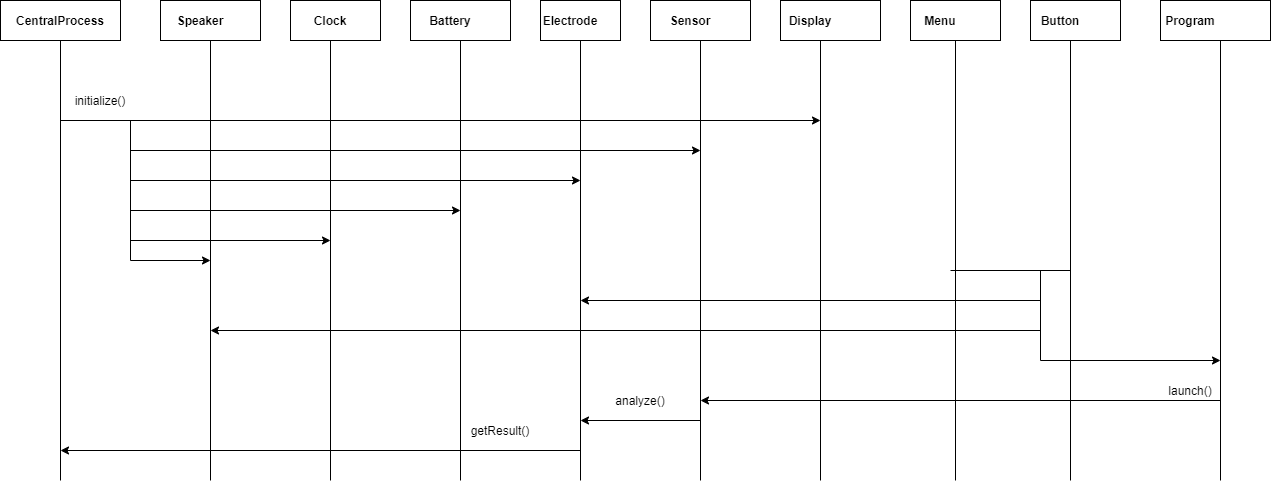
Before: Documentation/UC1-SEQUENCE.png, a diagram exported from draw.io (VokusX/COMP3004). Source tidied: cells renumbered, new cells last; positions are measured from the earlier drawing's top-left corner, leaving out a move shared by most shapes. Source of this version:
```xml
<mxGraphModel>
  <root>
    <mxCell id="0" />
    <mxCell id="1" parent="0" />
    <mxCell id="2" style="rounded=0;whiteSpace=wrap;html=1;" parent="1" vertex="1">
      <mxGeometry width="120" height="40" as="geometry" />
    </mxCell>
    <mxCell id="3" value="&lt;b&gt;CentralProcess&lt;/b&gt;" style="text;html=1;strokeColor=none;fillColor=none;align=center;verticalAlign=middle;whiteSpace=wrap;rounded=0;" parent="1" vertex="1">
      <mxGeometry x="40" y="10" width="40" height="20" as="geometry" />
    </mxCell>
    <mxCell id="4" style="rounded=0;whiteSpace=wrap;html=1;" parent="1" vertex="1">
      <mxGeometry x="160" width="100" height="40" as="geometry" />
    </mxCell>
    <mxCell id="5" value="&lt;b&gt;Speaker&lt;/b&gt;" style="text;html=1;strokeColor=none;fillColor=none;align=center;verticalAlign=middle;whiteSpace=wrap;rounded=0;" parent="1" vertex="1">
      <mxGeometry x="180" y="10" width="40" height="20" as="geometry" />
    </mxCell>
    <mxCell id="6" style="rounded=0;whiteSpace=wrap;html=1;" parent="1" vertex="1">
      <mxGeometry x="290" width="90" height="40" as="geometry" />
    </mxCell>
    <mxCell id="7" value="&lt;b&gt;Clock&lt;/b&gt;" style="text;html=1;strokeColor=none;fillColor=none;align=center;verticalAlign=middle;whiteSpace=wrap;rounded=0;" parent="1" vertex="1">
      <mxGeometry x="310" y="10" width="40" height="20" as="geometry" />
    </mxCell>
    <mxCell id="8" style="rounded=0;whiteSpace=wrap;html=1;" parent="1" vertex="1">
      <mxGeometry x="410" width="100" height="40" as="geometry" />
    </mxCell>
    <mxCell id="9" value="&lt;b&gt;Battery&lt;/b&gt;" style="text;html=1;strokeColor=none;fillColor=none;align=center;verticalAlign=middle;whiteSpace=wrap;rounded=0;" parent="1" vertex="1">
      <mxGeometry x="430" y="10" width="40" height="20" as="geometry" />
    </mxCell>
    <mxCell id="10" style="rounded=0;whiteSpace=wrap;html=1;" parent="1" vertex="1">
      <mxGeometry x="540" width="80" height="40" as="geometry" />
    </mxCell>
    <mxCell id="11" value="&lt;b&gt;Electrode&lt;/b&gt;" style="text;html=1;strokeColor=none;fillColor=none;align=center;verticalAlign=middle;whiteSpace=wrap;rounded=0;" parent="1" vertex="1">
      <mxGeometry x="550" y="10" width="40" height="20" as="geometry" />
    </mxCell>
    <mxCell id="12" style="rounded=0;whiteSpace=wrap;html=1;" parent="1" vertex="1">
      <mxGeometry x="650" width="100" height="40" as="geometry" />
    </mxCell>
    <mxCell id="13" value="&lt;b&gt;Sensor&lt;/b&gt;" style="text;html=1;strokeColor=none;fillColor=none;align=center;verticalAlign=middle;whiteSpace=wrap;rounded=0;" parent="1" vertex="1">
      <mxGeometry x="670" y="10" width="40" height="20" as="geometry" />
    </mxCell>
    <mxCell id="14" style="rounded=0;whiteSpace=wrap;html=1;" parent="1" vertex="1">
      <mxGeometry x="780" width="100" height="40" as="geometry" />
    </mxCell>
    <mxCell id="15" value="&lt;b&gt;Display&lt;/b&gt;" style="text;html=1;strokeColor=none;fillColor=none;align=center;verticalAlign=middle;whiteSpace=wrap;rounded=0;" parent="1" vertex="1">
      <mxGeometry x="790" y="10" width="40" height="20" as="geometry" />
    </mxCell>
    <mxCell id="16" style="rounded=0;whiteSpace=wrap;html=1;" parent="1" vertex="1">
      <mxGeometry x="910" width="90" height="40" as="geometry" />
    </mxCell>
    <mxCell id="17" value="&lt;b&gt;Menu&lt;/b&gt;" style="text;html=1;strokeColor=none;fillColor=none;align=center;verticalAlign=middle;whiteSpace=wrap;rounded=0;" parent="1" vertex="1">
      <mxGeometry x="920" y="10" width="40" height="20" as="geometry" />
    </mxCell>
    <mxCell id="18" style="rounded=0;whiteSpace=wrap;html=1;" parent="1" vertex="1">
      <mxGeometry x="1030" width="90" height="40" as="geometry" />
    </mxCell>
    <mxCell id="19" value="&lt;b&gt;Button&lt;/b&gt;" style="text;html=1;strokeColor=none;fillColor=none;align=center;verticalAlign=middle;whiteSpace=wrap;rounded=0;" parent="1" vertex="1">
      <mxGeometry x="1040" y="10" width="40" height="20" as="geometry" />
    </mxCell>
    <mxCell id="20" style="endArrow=none;html=1;" parent="1" edge="1">
      <mxGeometry relative="1" as="geometry">
        <mxPoint x="60" y="480" as="sourcePoint" />
        <mxPoint x="60" y="40" as="targetPoint" />
      </mxGeometry>
    </mxCell>
    <mxCell id="21" style="endArrow=none;html=1;" parent="1" edge="1">
      <mxGeometry relative="1" as="geometry">
        <mxPoint x="210" y="480" as="sourcePoint" />
        <mxPoint x="210" y="40" as="targetPoint" />
      </mxGeometry>
    </mxCell>
    <mxCell id="22" style="endArrow=none;html=1;" parent="1" edge="1">
      <mxGeometry relative="1" as="geometry">
        <mxPoint x="330" y="480" as="sourcePoint" />
        <mxPoint x="330" y="40" as="targetPoint" />
      </mxGeometry>
    </mxCell>
    <mxCell id="23" style="endArrow=none;html=1;" parent="1" edge="1">
      <mxGeometry relative="1" as="geometry">
        <mxPoint x="460" y="480" as="sourcePoint" />
        <mxPoint x="460" y="40" as="targetPoint" />
      </mxGeometry>
    </mxCell>
    <mxCell id="24" style="endArrow=none;html=1;" parent="1" edge="1">
      <mxGeometry relative="1" as="geometry">
        <mxPoint x="580" y="480" as="sourcePoint" />
        <mxPoint x="580" y="40" as="targetPoint" />
      </mxGeometry>
    </mxCell>
    <mxCell id="25" style="endArrow=none;html=1;" parent="1" edge="1">
      <mxGeometry relative="1" as="geometry">
        <mxPoint x="700" y="480" as="sourcePoint" />
        <mxPoint x="700" y="40" as="targetPoint" />
      </mxGeometry>
    </mxCell>
    <mxCell id="26" style="endArrow=none;html=1;" parent="1" edge="1">
      <mxGeometry relative="1" as="geometry">
        <mxPoint x="820" y="480" as="sourcePoint" />
        <mxPoint x="820" y="40" as="targetPoint" />
      </mxGeometry>
    </mxCell>
    <mxCell id="27" style="endArrow=none;html=1;entryX=0.5;entryY=1;entryDx=0;entryDy=0;" parent="1" edge="1" target="16">
      <mxGeometry relative="1" as="geometry">
        <mxPoint x="955" y="480" as="sourcePoint" />
      </mxGeometry>
    </mxCell>
    <mxCell id="28" style="endArrow=none;html=1;" parent="1" edge="1">
      <mxGeometry relative="1" as="geometry">
        <mxPoint x="1070" y="480" as="sourcePoint" />
        <mxPoint x="1070" y="40" as="targetPoint" />
      </mxGeometry>
    </mxCell>
    <mxCell id="29" style="endArrow=classic;html=1;" parent="1" edge="1">
      <mxGeometry relative="1" as="geometry">
        <mxPoint x="60" y="120" as="sourcePoint" />
        <mxPoint x="820" y="120" as="targetPoint" />
      </mxGeometry>
    </mxCell>
    <mxCell id="30" style="endArrow=none;html=1;" parent="1" edge="1">
      <mxGeometry relative="1" as="geometry">
        <mxPoint x="130" y="260" as="sourcePoint" />
        <mxPoint x="130" y="120" as="targetPoint" />
      </mxGeometry>
    </mxCell>
    <mxCell id="31" style="rounded=0;whiteSpace=wrap;html=1;" parent="1" vertex="1">
      <mxGeometry x="1160" width="110" height="40" as="geometry" />
    </mxCell>
    <mxCell id="32" value="&lt;b&gt;Program&lt;/b&gt;" style="text;html=1;strokeColor=none;fillColor=none;align=center;verticalAlign=middle;whiteSpace=wrap;rounded=0;" parent="1" vertex="1">
      <mxGeometry x="1170" y="10" width="40" height="20" as="geometry" />
    </mxCell>
    <mxCell id="33" style="endArrow=classic;html=1;" parent="1" edge="1">
      <mxGeometry relative="1" as="geometry">
        <mxPoint x="130" y="150" as="sourcePoint" />
        <mxPoint x="700" y="150" as="targetPoint" />
      </mxGeometry>
    </mxCell>
    <mxCell id="34" style="endArrow=classic;html=1;" parent="1" edge="1">
      <mxGeometry relative="1" as="geometry">
        <mxPoint x="130" y="180" as="sourcePoint" />
        <mxPoint x="580" y="180" as="targetPoint" />
      </mxGeometry>
    </mxCell>
    <mxCell id="35" style="endArrow=classic;html=1;" parent="1" edge="1">
      <mxGeometry relative="1" as="geometry">
        <mxPoint x="130" y="210" as="sourcePoint" />
        <mxPoint x="460" y="210" as="targetPoint" />
      </mxGeometry>
    </mxCell>
    <mxCell id="36" style="endArrow=classic;html=1;" parent="1" edge="1">
      <mxGeometry relative="1" as="geometry">
        <mxPoint x="130" y="260" as="sourcePoint" />
        <mxPoint x="210" y="260" as="targetPoint" />
      </mxGeometry>
    </mxCell>
    <mxCell id="37" value="initialize()" style="text;html=1;strokeColor=none;fillColor=none;align=center;verticalAlign=middle;whiteSpace=wrap;rounded=0;" parent="1" vertex="1">
      <mxGeometry x="80" y="90" width="40" height="20" as="geometry" />
    </mxCell>
    <mxCell id="38" style="endArrow=classic;html=1;" parent="1" edge="1">
      <mxGeometry relative="1" as="geometry">
        <mxPoint x="130" y="240" as="sourcePoint" />
        <mxPoint x="330" y="240" as="targetPoint" />
      </mxGeometry>
    </mxCell>
    <mxCell id="39" style="endArrow=none;html=1;" parent="1" edge="1">
      <mxGeometry relative="1" as="geometry">
        <mxPoint x="1220" y="480" as="sourcePoint" />
        <mxPoint x="1220" y="40" as="targetPoint" />
      </mxGeometry>
    </mxCell>
    <mxCell id="40" style="endArrow=none;html=1;fontFamily=Helvetica;fontSize=11;fontColor=#000000;align=center;strokeColor=#000000;" parent="1" edge="1">
      <mxGeometry relative="1" as="geometry">
        <mxPoint x="1070" y="270" as="sourcePoint" />
        <mxPoint x="950" y="270" as="targetPoint" />
      </mxGeometry>
    </mxCell>
    <mxCell id="41" style="endArrow=classic;html=1;" parent="1" edge="1">
      <mxGeometry relative="1" as="geometry">
        <mxPoint x="1040" y="300" as="sourcePoint" />
        <mxPoint x="580" y="300" as="targetPoint" />
      </mxGeometry>
    </mxCell>
    <mxCell id="42" style="endArrow=classic;html=1;" parent="1" edge="1">
      <mxGeometry relative="1" as="geometry">
        <mxPoint x="1040" y="330" as="sourcePoint" />
        <mxPoint x="210" y="330" as="targetPoint" />
      </mxGeometry>
    </mxCell>
    <mxCell id="43" style="endArrow=none;html=1;" parent="1" edge="1">
      <mxGeometry relative="1" as="geometry">
        <mxPoint x="1040" y="360" as="sourcePoint" />
        <mxPoint x="1040" y="270" as="targetPoint" />
      </mxGeometry>
    </mxCell>
    <mxCell id="44" style="endArrow=classic;html=1;" parent="1" edge="1">
      <mxGeometry relative="1" as="geometry">
        <mxPoint x="1040" y="360" as="sourcePoint" />
        <mxPoint x="1220" y="360" as="targetPoint" />
      </mxGeometry>
    </mxCell>
    <mxCell id="45" style="endArrow=classic;html=1;" parent="1" edge="1">
      <mxGeometry relative="1" as="geometry">
        <mxPoint x="1220" y="400" as="sourcePoint" />
        <mxPoint x="700" y="400" as="targetPoint" />
      </mxGeometry>
    </mxCell>
    <mxCell id="46" value="launch()" style="text;html=1;strokeColor=none;fillColor=none;align=center;verticalAlign=middle;whiteSpace=wrap;rounded=0;" parent="1" vertex="1">
      <mxGeometry x="1170" y="380" width="40" height="20" as="geometry" />
    </mxCell>
    <mxCell id="47" style="endArrow=classic;html=1;" parent="1" edge="1">
      <mxGeometry relative="1" as="geometry">
        <mxPoint x="700" y="420" as="sourcePoint" />
        <mxPoint x="580" y="420" as="targetPoint" />
      </mxGeometry>
    </mxCell>
    <mxCell id="48" value="analyze()" style="text;html=1;strokeColor=none;fillColor=none;align=center;verticalAlign=middle;whiteSpace=wrap;rounded=0;" parent="1" vertex="1">
      <mxGeometry x="620" y="390" width="40" height="20" as="geometry" />
    </mxCell>
    <mxCell id="49" style="endArrow=classic;html=1;" parent="1" edge="1">
      <mxGeometry relative="1" as="geometry">
        <mxPoint x="580" y="450" as="sourcePoint" />
        <mxPoint x="60" y="450" as="targetPoint" />
      </mxGeometry>
    </mxCell>
    <mxCell id="50" value="getResult()" style="text;html=1;strokeColor=none;fillColor=none;align=center;verticalAlign=middle;whiteSpace=wrap;rounded=0;" parent="1" vertex="1">
      <mxGeometry x="480" y="420" width="40" height="20" as="geometry" />
    </mxCell>
  </root>
</mxGraphModel>
```
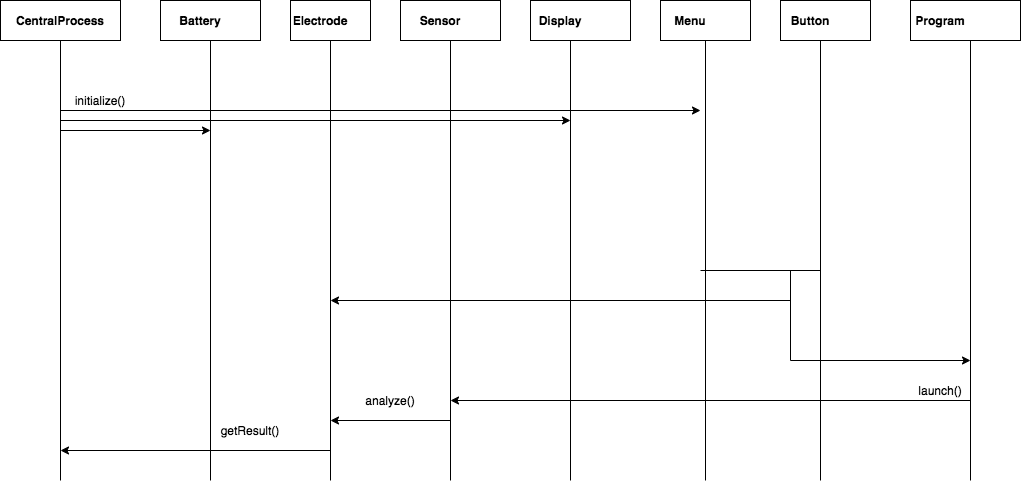
The same diagram one commit later.

Diff of the diagram source:
```diff
@@ -3,23 +3,11 @@
     <mxCell id="0" />
     <mxCell id="1" parent="0" />
     <mxCell id="2" style="rounded=0;whiteSpace=wrap;html=1;" parent="1" vertex="1">
-      <mxGeometry width="120" height="40" as="geometry" />
+      <mxGeometry x="250" width="120" height="40" as="geometry" />
     </mxCell>
     <mxCell id="3" value="&lt;b&gt;CentralProcess&lt;/b&gt;" style="text;html=1;strokeColor=none;fillColor=none;align=center;verticalAlign=middle;whiteSpace=wrap;rounded=0;" parent="1" vertex="1">
-      <mxGeometry x="40" y="10" width="40" height="20" as="geometry" />
+      <mxGeometry x="290" y="10" width="40" height="20" as="geometry" />
     </mxCell>
-    <mxCell id="4" style="rounded=0;whiteSpace=wrap;html=1;" parent="1" vertex="1">
-      <mxGeometry x="160" width="100" height="40" as="geometry" />
-    </mxCell>
-    <mxCell id="5" value="&lt;b&gt;Speaker&lt;/b&gt;" style="text;html=1;strokeColor=none;fillColor=none;align=center;verticalAlign=middle;whiteSpace=wrap;rounded=0;" parent="1" vertex="1">
-      <mxGeometry x="180" y="10" width="40" height="20" as="geometry" />
-    </mxCell>
-    <mxCell id="6" style="rounded=0;whiteSpace=wrap;html=1;" parent="1" vertex="1">
-      <mxGeometry x="290" width="90" height="40" as="geometry" />
-    </mxCell>
-    <mxCell id="7" value="&lt;b&gt;Clock&lt;/b&gt;" style="text;html=1;strokeColor=none;fillColor=none;align=center;verticalAlign=middle;whiteSpace=wrap;rounded=0;" parent="1" vertex="1">
-      <mxGeometry x="310" y="10" width="40" height="20" as="geometry" />
-    </mxCell>
     <mxCell id="8" style="rounded=0;whiteSpace=wrap;html=1;" parent="1" vertex="1">
       <mxGeometry x="410" width="100" height="40" as="geometry" />
     </mxCell>
@@ -58,22 +46,10 @@
     </mxCell>
     <mxCell id="20" style="endArrow=none;html=1;" parent="1" edge="1">
       <mxGeometry relative="1" as="geometry">
-        <mxPoint x="60" y="480" as="sourcePoint" />
-        <mxPoint x="60" y="40" as="targetPoint" />
+        <mxPoint x="310" y="480" as="sourcePoint" />
+        <mxPoint x="310" y="40" as="targetPoint" />
       </mxGeometry>
     </mxCell>
-    <mxCell id="21" style="endArrow=none;html=1;" parent="1" edge="1">
-      <mxGeometry relative="1" as="geometry">
-        <mxPoint x="210" y="480" as="sourcePoint" />
-        <mxPoint x="210" y="40" as="targetPoint" />
-      </mxGeometry>
-    </mxCell>
-    <mxCell id="22" style="endArrow=none;html=1;" parent="1" edge="1">
-      <mxGeometry relative="1" as="geometry">
-        <mxPoint x="330" y="480" as="sourcePoint" />
-        <mxPoint x="330" y="40" as="targetPoint" />
-      </mxGeometry>
-    </mxCell>
     <mxCell id="23" style="endArrow=none;html=1;" parent="1" edge="1">
       <mxGeometry relative="1" as="geometry">
         <mxPoint x="460" y="480" as="sourcePoint" />
@@ -109,55 +85,31 @@
         <mxPoint x="1070" y="40" as="targetPoint" />
       </mxGeometry>
     </mxCell>
-    <mxCell id="29" style="endArrow=classic;html=1;" parent="1" edge="1">
-      <mxGeometry relative="1" as="geometry">
-        <mxPoint x="60" y="120" as="sourcePoint" />
-        <mxPoint x="820" y="120" as="targetPoint" />
-      </mxGeometry>
-    </mxCell>
-    <mxCell id="30" style="endArrow=none;html=1;" parent="1" edge="1">
-      <mxGeometry relative="1" as="geometry">
-        <mxPoint x="130" y="260" as="sourcePoint" />
-        <mxPoint x="130" y="120" as="targetPoint" />
-      </mxGeometry>
-    </mxCell>
     <mxCell id="31" style="rounded=0;whiteSpace=wrap;html=1;" parent="1" vertex="1">
       <mxGeometry x="1160" width="110" height="40" as="geometry" />
     </mxCell>
     <mxCell id="32" value="&lt;b&gt;Program&lt;/b&gt;" style="text;html=1;strokeColor=none;fillColor=none;align=center;verticalAlign=middle;whiteSpace=wrap;rounded=0;" parent="1" vertex="1">
       <mxGeometry x="1170" y="10" width="40" height="20" as="geometry" />
     </mxCell>
-    <mxCell id="33" style="endArrow=classic;html=1;" parent="1" edge="1">
-      <mxGeometry relative="1" as="geometry">
-        <mxPoint x="130" y="150" as="sourcePoint" />
-        <mxPoint x="700" y="150" as="targetPoint" />
-      </mxGeometry>
-    </mxCell>
     <mxCell id="34" style="endArrow=classic;html=1;" parent="1" edge="1">
       <mxGeometry relative="1" as="geometry">
-        <mxPoint x="130" y="180" as="sourcePoint" />
-        <mxPoint x="580" y="180" as="targetPoint" />
+        <mxPoint x="310" y="110" as="sourcePoint" />
+        <mxPoint x="950" y="110" as="targetPoint" />
       </mxGeometry>
     </mxCell>
     <mxCell id="35" style="endArrow=classic;html=1;" parent="1" edge="1">
       <mxGeometry relative="1" as="geometry">
-        <mxPoint x="130" y="210" as="sourcePoint" />
-        <mxPoint x="460" y="210" as="targetPoint" />
+        <mxPoint x="310" y="120" as="sourcePoint" />
+        <mxPoint x="820" y="120" as="targetPoint" />
       </mxGeometry>
     </mxCell>
-    <mxCell id="36" style="endArrow=classic;html=1;" parent="1" edge="1">
-      <mxGeometry relative="1" as="geometry">
-        <mxPoint x="130" y="260" as="sourcePoint" />
-        <mxPoint x="210" y="260" as="targetPoint" />
-      </mxGeometry>
-    </mxCell>
     <mxCell id="37" value="initialize()" style="text;html=1;strokeColor=none;fillColor=none;align=center;verticalAlign=middle;whiteSpace=wrap;rounded=0;" parent="1" vertex="1">
-      <mxGeometry x="80" y="90" width="40" height="20" as="geometry" />
+      <mxGeometry x="330" y="90" width="40" height="20" as="geometry" />
     </mxCell>
     <mxCell id="38" style="endArrow=classic;html=1;" parent="1" edge="1">
       <mxGeometry relative="1" as="geometry">
-        <mxPoint x="130" y="240" as="sourcePoint" />
-        <mxPoint x="330" y="240" as="targetPoint" />
+        <mxPoint x="310" y="130" as="sourcePoint" />
+        <mxPoint x="460" y="130" as="targetPoint" />
       </mxGeometry>
     </mxCell>
     <mxCell id="39" style="endArrow=none;html=1;" parent="1" edge="1">
@@ -178,12 +130,6 @@
         <mxPoint x="580" y="300" as="targetPoint" />
       </mxGeometry>
     </mxCell>
-    <mxCell id="42" style="endArrow=classic;html=1;" parent="1" edge="1">
-      <mxGeometry relative="1" as="geometry">
-        <mxPoint x="1040" y="330" as="sourcePoint" />
-        <mxPoint x="210" y="330" as="targetPoint" />
-      </mxGeometry>
-    </mxCell>
     <mxCell id="43" style="endArrow=none;html=1;" parent="1" edge="1">
       <mxGeometry relative="1" as="geometry">
         <mxPoint x="1040" y="360" as="sourcePoint" />
@@ -217,7 +163,7 @@
     <mxCell id="49" style="endArrow=classic;html=1;" parent="1" edge="1">
       <mxGeometry relative="1" as="geometry">
         <mxPoint x="580" y="450" as="sourcePoint" />
-        <mxPoint x="60" y="450" as="targetPoint" />
+        <mxPoint x="310" y="450" as="targetPoint" />
       </mxGeometry>
     </mxCell>
     <mxCell id="50" value="getResult()" style="text;html=1;strokeColor=none;fillColor=none;align=center;verticalAlign=middle;whiteSpace=wrap;rounded=0;" parent="1" vertex="1">
```
